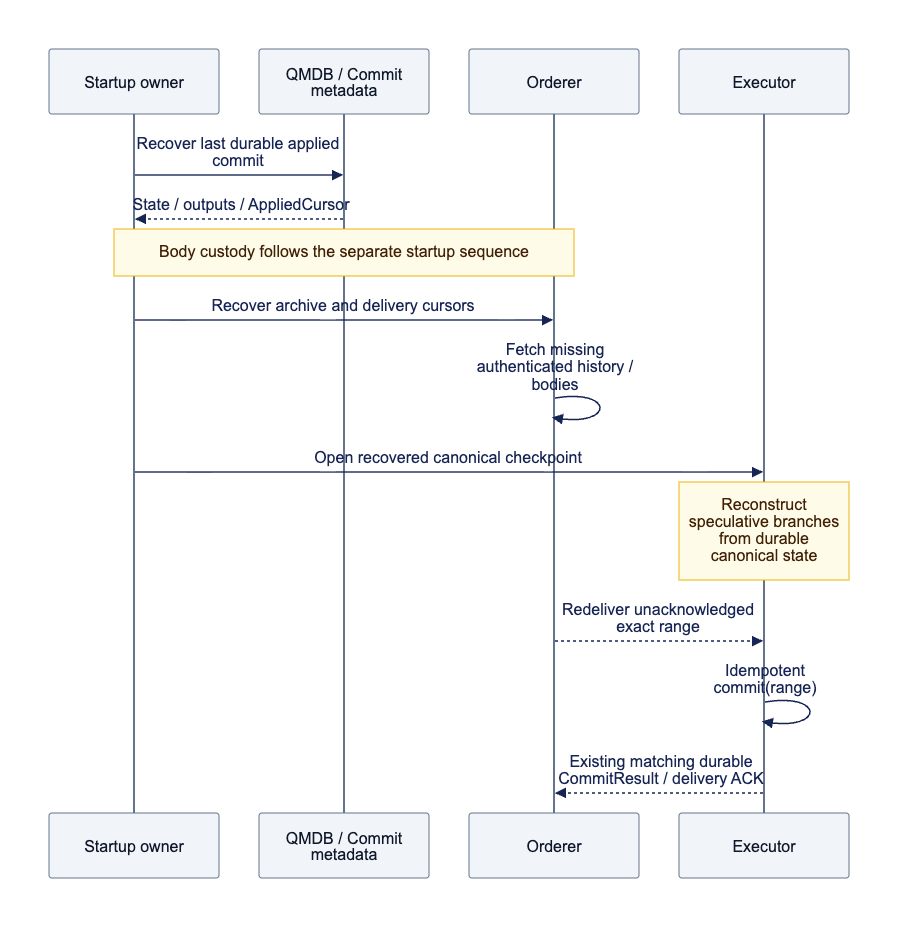
Above: docs/assets/diagrams/diagram-10.png in djm07073/baton-research (Mermaid), before the change. Its source is kept beside it as docs/assets/diagrams/diagram-10.mmd. Its diagram source:
```mermaid
sequenceDiagram
    participant S as Startup owner
    participant Q as QMDB / Commit metadata
    participant M as Orderer
    participant E as Executor
    S->>Q: Recover last durable applied commit
    Q-->>S: State / outputs / AppliedCursor
    Note over S,M: Body custody follows the separate startup sequence
    S->>M: Recover archive and delivery cursors
    M->>M: Fetch missing authenticated history / bodies
    S->>E: Open recovered canonical checkpoint
    Note over E: Reconstruct speculative branches from durable canonical state
    M-->>E: Redeliver unacknowledged exact range
    E->>E: Idempotent commit(range)
    E-->>M: Existing matching durable CommitResult / delivery ACK
```
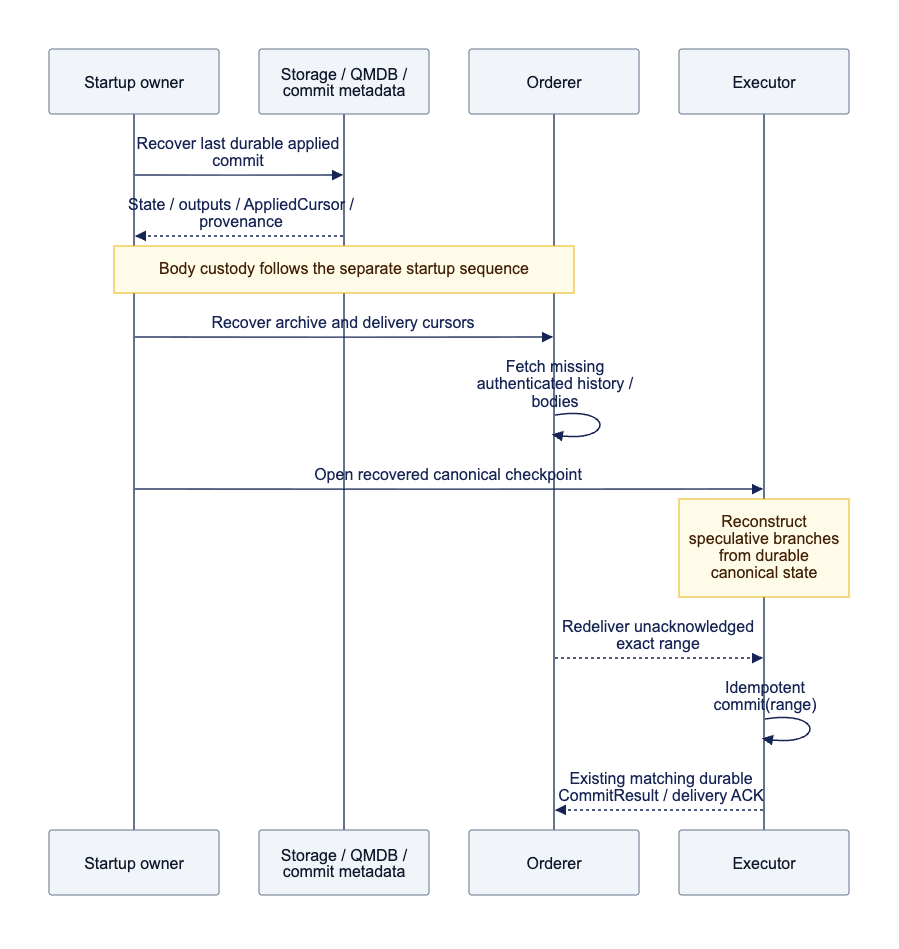
After the change.

Change to the diagram source:
```diff
@@ -1,10 +1,10 @@
 sequenceDiagram
     participant S as Startup owner
-    participant Q as QMDB / Commit metadata
+    participant Q as Storage / QMDB / commit metadata
     participant M as Orderer
     participant E as Executor
     S->>Q: Recover last durable applied commit
-    Q-->>S: State / outputs / AppliedCursor
+    Q-->>S: State / outputs / AppliedCursor / provenance
     Note over S,M: Body custody follows the separate startup sequence
     S->>M: Recover archive and delivery cursors
     M->>M: Fetch missing authenticated history / bodies
```
